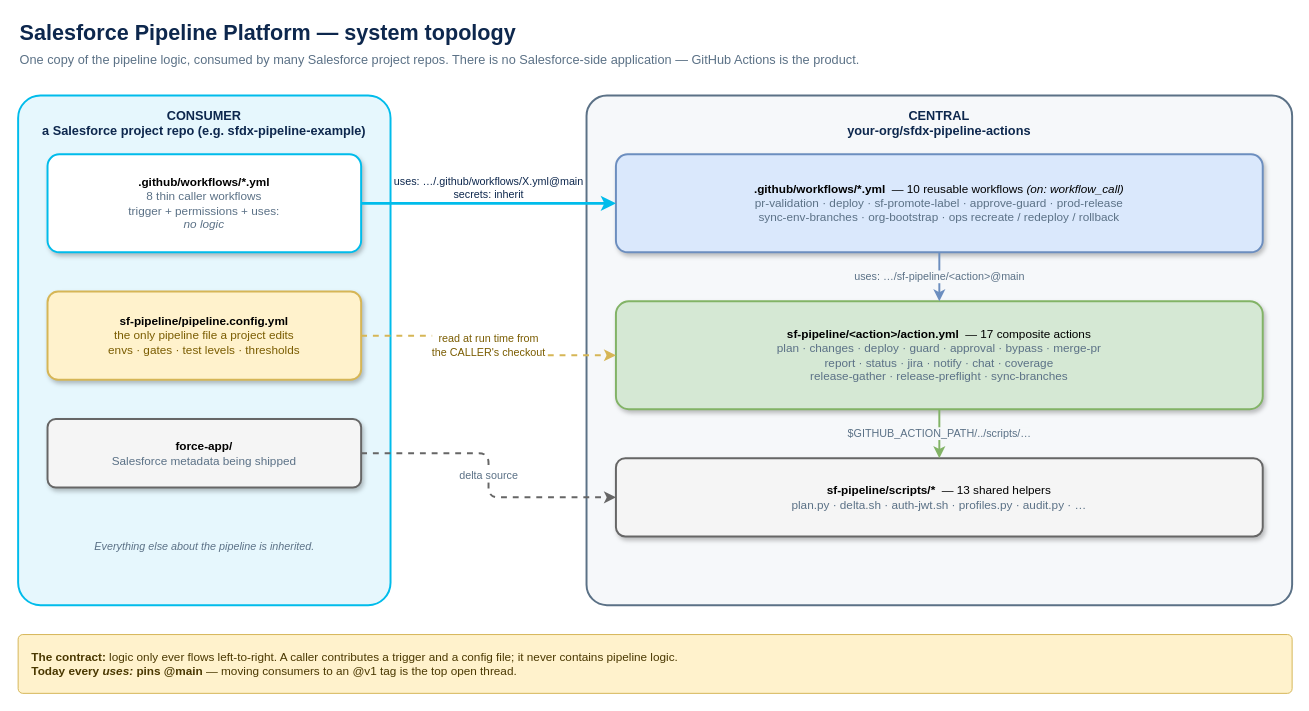
Earlier version of the draw.io diagram docs/diagrams/01-system-topology.drawio (muraliseelam/sfdx-pipeline-actions). Source tidied: cells renumbered, new cells numbered last; positions are measured from the earlier drawing's top-left corner, leaving out a move shared by most shapes. Both pictures are drawn from the tidied source at 98%, with x=0, y=0 at pixel (18, 17).
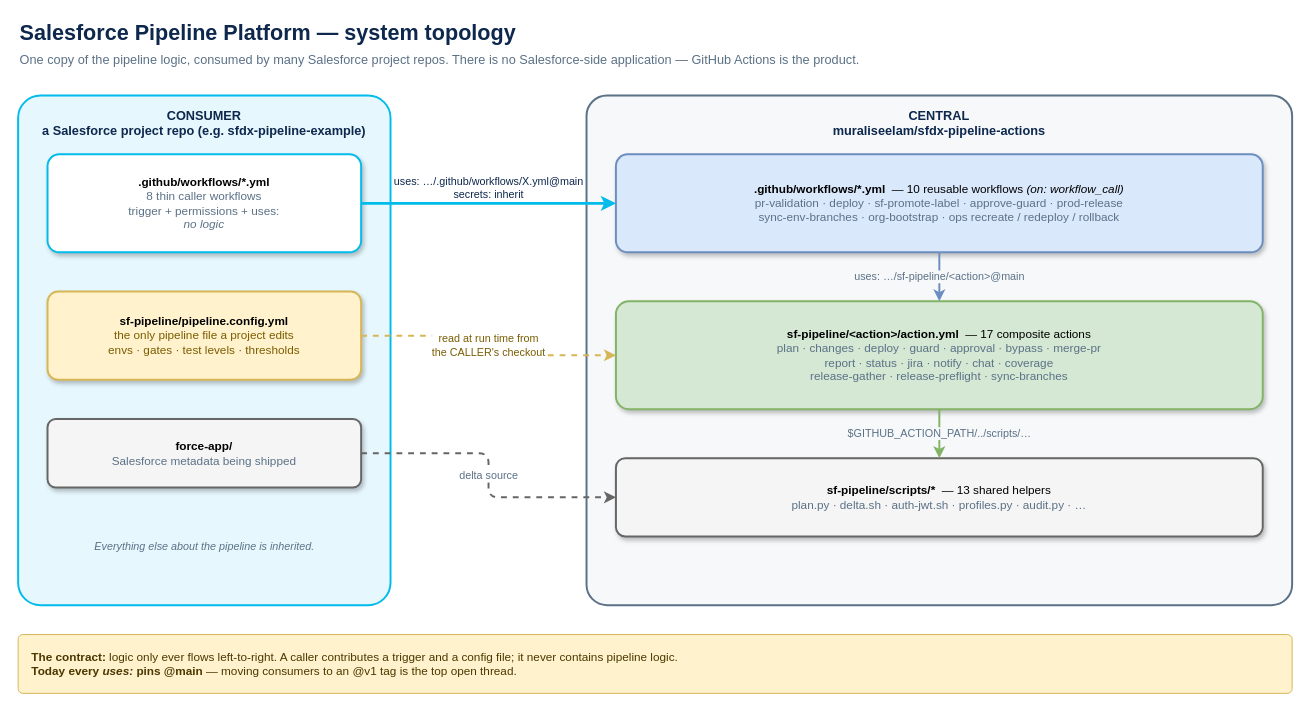
Above is the later version.

Change to the diagram source:
```diff
@@
 <mxGraphModel>
   <root>
     <mxCell id="0" />
     <mxCell id="1" parent="0" />
     <mxCell id="2" value="Salesforce Pipeline Platform — system topology" style="text;html=1;align=left;verticalAlign=middle;fontSize=22;fontStyle=1;fontColor=#0D274D;" parent="1" vertex="1">
       <mxGeometry width="800" height="34" as="geometry" />
     </mxCell>
     <mxCell id="3" value="One copy of the pipeline logic, consumed by many Salesforce project repos. There is no Salesforce-side application — GitHub Actions is the product." style="text;html=1;align=left;verticalAlign=middle;fontSize=13;fontColor=#5B7186;" parent="1" vertex="1">
       <mxGeometry y="32" width="1000" height="22" as="geometry" />
     </mxCell>
     <mxCell id="4" value="CONSUMER&#10;a Salesforce project repo (e.g. sfdx-pipeline-example)" style="rounded=1;whiteSpace=wrap;html=1;fillColor=#E6F7FD;strokeColor=#00BCEB;strokeWidth=2;arcSize=6;verticalAlign=top;fontStyle=1;fontSize=13;fontColor=#0D274D;spacingTop=6;dashed=0;" parent="1" vertex="1">
       <mxGeometry y="80" width="380" height="520" as="geometry" />
     </mxCell>
     <mxCell id="5" value="&lt;b&gt;.github/workflows/*.yml&lt;/b&gt;&lt;br/&gt;&lt;font color=&quot;#5B7186&quot;&gt;8 thin caller workflows&lt;br/&gt;trigger + permissions + uses:&lt;br/&gt;&lt;i&gt;no logic&lt;/i&gt;&lt;/font&gt;" style="rounded=1;whiteSpace=wrap;html=1;fillColor=#ffffff;strokeColor=#00BCEB;strokeWidth=2;arcSize=12;shadow=1;fontSize=12;align=center;" parent="1" vertex="1">
       <mxGeometry x="30" y="140" width="320" height="100" as="geometry" />
     </mxCell>
     <mxCell id="6" value="&lt;b&gt;sf-pipeline/pipeline.config.yml&lt;/b&gt;&lt;br/&gt;&lt;font color=&quot;#7a5c00&quot;&gt;the only pipeline file a project edits&lt;br/&gt;envs · gates · test levels · thresholds&lt;/font&gt;" style="rounded=1;whiteSpace=wrap;html=1;fillColor=#fff2cc;strokeColor=#d6b656;strokeWidth=2;arcSize=12;shadow=1;fontSize=12;align=center;" parent="1" vertex="1">
       <mxGeometry x="30" y="280" width="320" height="90" as="geometry" />
     </mxCell>
     <mxCell id="7" value="&lt;b&gt;force-app/&lt;/b&gt;&lt;br/&gt;&lt;font color=&quot;#5B7186&quot;&gt;Salesforce metadata being shipped&lt;/font&gt;" style="rounded=1;whiteSpace=wrap;html=1;fillColor=#f5f5f5;strokeColor=#666666;strokeWidth=2;arcSize=12;shadow=1;fontSize=12;align=center;" parent="1" vertex="1">
       <mxGeometry x="30" y="410" width="320" height="70" as="geometry" />
     </mxCell>
     <mxCell id="8" value="Everything else about the pipeline is inherited." style="text;html=1;align=center;verticalAlign=middle;fontSize=11;fontColor=#5B7186;fontStyle=2;" parent="1" vertex="1">
       <mxGeometry x="30" y="520" width="320" height="40" as="geometry" />
     </mxCell>
-    <mxCell id="9" value="CENTRAL&#10;your-org/sfdx-pipeline-actions" style="rounded=1;whiteSpace=wrap;html=1;fillColor=#f6f8fa;strokeColor=#5B7186;strokeWidth=2;arcSize=4;verticalAlign=top;fontStyle=1;fontSize=13;fontColor=#0D274D;spacingTop=6;" parent="1" vertex="1">
+    <mxCell id="9" value="CENTRAL&#10;muraliseelam/sfdx-pipeline-actions" style="rounded=1;whiteSpace=wrap;html=1;fillColor=#f6f8fa;strokeColor=#5B7186;strokeWidth=2;arcSize=4;verticalAlign=top;fontStyle=1;fontSize=13;fontColor=#0D274D;spacingTop=6;" parent="1" vertex="1">
       <mxGeometry x="580" y="80" width="720" height="520" as="geometry" />
     </mxCell>
     <mxCell id="10" value="&lt;b&gt;.github/workflows/*.yml&lt;/b&gt; &amp;nbsp;— 10 reusable workflows &lt;i&gt;(on: workflow_call)&lt;/i&gt;&lt;br/&gt;&lt;font color=&quot;#5B7186&quot;&gt;pr-validation · deploy · sf-promote-label · approve-guard · prod-release&lt;br/&gt;sync-env-branches · org-bootstrap · ops recreate / redeploy / rollback&lt;/font&gt;" style="rounded=1;whiteSpace=wrap;html=1;fillColor=#dae8fc;strokeColor=#6c8ebf;strokeWidth=2;arcSize=12;shadow=1;fontSize=12;align=center;" parent="1" vertex="1">
       <mxGeometry x="610" y="140" width="660" height="100" as="geometry" />
     </mxCell>
     <mxCell id="11" value="&lt;b&gt;sf-pipeline/&amp;lt;action&amp;gt;/action.yml&lt;/b&gt; &amp;nbsp;— 17 composite actions&lt;br/&gt;&lt;font color=&quot;#5B7186&quot;&gt;plan · changes · deploy · guard · approval · bypass · merge-pr&lt;br/&gt;report · status · jira · notify · chat · coverage&lt;br/&gt;release-gather · release-preflight · sync-branches&lt;/font&gt;" style="rounded=1;whiteSpace=wrap;html=1;fillColor=#d5e8d4;strokeColor=#82b366;strokeWidth=2;arcSize=12;shadow=1;fontSize=12;align=center;" parent="1" vertex="1">
       <mxGeometry x="610" y="290" width="660" height="110" as="geometry" />
     </mxCell>
     <mxCell id="12" value="&lt;b&gt;sf-pipeline/scripts/*&lt;/b&gt; &amp;nbsp;— 13 shared helpers&lt;br/&gt;&lt;font color=&quot;#5B7186&quot;&gt;plan.py · delta.sh · auth-jwt.sh · profiles.py · audit.py · …&lt;/font&gt;" style="rounded=1;whiteSpace=wrap;html=1;fillColor=#f5f5f5;strokeColor=#666666;strokeWidth=2;arcSize=12;shadow=1;fontSize=12;align=center;" parent="1" vertex="1">
       <mxGeometry x="610" y="450" width="660" height="80" as="geometry" />
     </mxCell>
     <mxCell id="13" value="uses: …/.github/workflows/X.yml@main&#10;secrets: inherit" style="edgeStyle=orthogonalEdgeStyle;rounded=1;html=1;strokeColor=#00BCEB;strokeWidth=3;fontSize=11;fontColor=#0D274D;labelBackgroundColor=#ffffff;verticalAlign=bottom;" parent="1" edge="1" source="5" target="10">
       <mxGeometry relative="1" as="geometry" />
     </mxCell>
     <mxCell id="14" value="uses: …/sf-pipeline/&amp;lt;action&amp;gt;@main" style="edgeStyle=orthogonalEdgeStyle;rounded=1;html=1;strokeColor=#6c8ebf;strokeWidth=2;fontSize=11;fontColor=#5B7186;labelBackgroundColor=#f6f8fa;" parent="1" edge="1" source="10" target="11">
       <mxGeometry relative="1" as="geometry" />
     </mxCell>
     <mxCell id="15" value="$GITHUB_ACTION_PATH/../scripts/…" style="edgeStyle=orthogonalEdgeStyle;rounded=1;html=1;strokeColor=#82b366;strokeWidth=2;fontSize=11;fontColor=#5B7186;labelBackgroundColor=#f6f8fa;" parent="1" edge="1" source="11" target="12">
       <mxGeometry relative="1" as="geometry" />
     </mxCell>
     <mxCell id="16" value="read at run time from&#10;the CALLER's checkout" style="edgeStyle=orthogonalEdgeStyle;rounded=1;html=1;dashed=1;strokeColor=#d6b656;strokeWidth=2;fontSize=11;fontColor=#7a5c00;labelBackgroundColor=#ffffff;exitX=1;exitY=0.5;exitDx=0;exitDy=0;entryX=0;entryY=0.5;entryDx=0;entryDy=0;" parent="1" edge="1" source="6" target="11">
       <mxGeometry relative="1" as="geometry" />
     </mxCell>
     <mxCell id="17" value="delta source" style="edgeStyle=orthogonalEdgeStyle;rounded=1;html=1;dashed=1;strokeColor=#666666;strokeWidth=2;fontSize=11;fontColor=#5B7186;labelBackgroundColor=#ffffff;exitX=1;exitY=0.5;exitDx=0;exitDy=0;entryX=0;entryY=0.5;entryDx=0;entryDy=0;" parent="1" edge="1" source="7" target="12">
       <mxGeometry relative="1" as="geometry" />
     </mxCell>
     <mxCell id="18" value="&lt;b&gt;The contract:&lt;/b&gt; logic only ever flows left-to-right. A caller contributes a trigger and a config file; it never contains pipeline logic.&lt;br/&gt;&lt;b&gt;Today every &lt;i&gt;uses:&lt;/i&gt; pins @main&lt;/b&gt; — moving consumers to an @v1 tag is the top open thread." style="rounded=1;whiteSpace=wrap;html=1;fillColor=#fff2cc;strokeColor=#d6b656;strokeWidth=1;arcSize=8;fontSize=12;align=left;spacingLeft=12;fontColor=#4a3800;" parent="1" vertex="1">
       <mxGeometry y="630" width="1300" height="60" as="geometry" />
     </mxCell>
   </root>
 </mxGraphModel>
```
